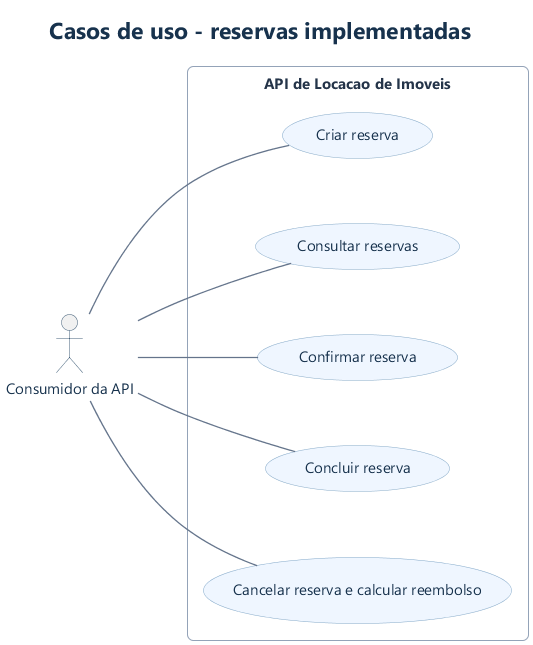
The PlantUML diagram docs/uml/imagens/07-casos-uso-requisitos.png in MurilloKelvin/API-Locacao-de-imoveis, before a commit.
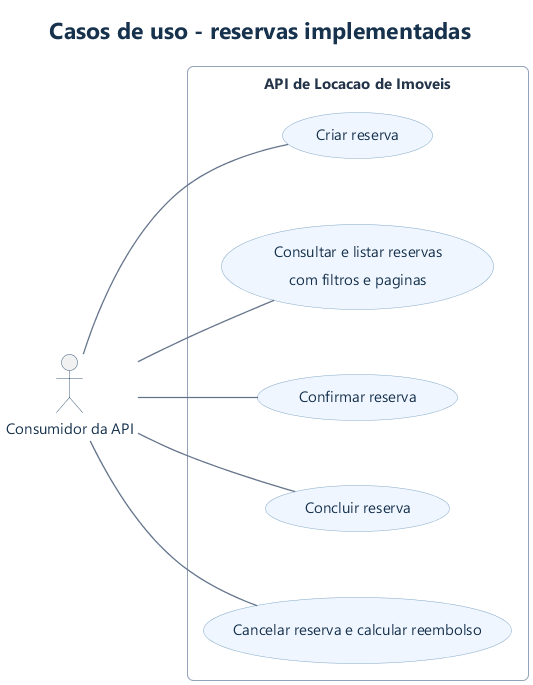
Later version of the same file.

Change to the diagram source:
```diff
@@ -5,7 +5,7 @@
 actor "Consumidor da API" as A
 rectangle "API de Locacao de Imoveis" {
  usecase "Criar reserva" as R1
- usecase "Consultar reservas" as R2
+ usecase "Consultar e listar reservas\ncom filtros e paginas" as R2
  usecase "Confirmar reserva" as R3
  usecase "Concluir reserva" as R4
  usecase "Cancelar reserva e calcular reembolso" as R5
```
